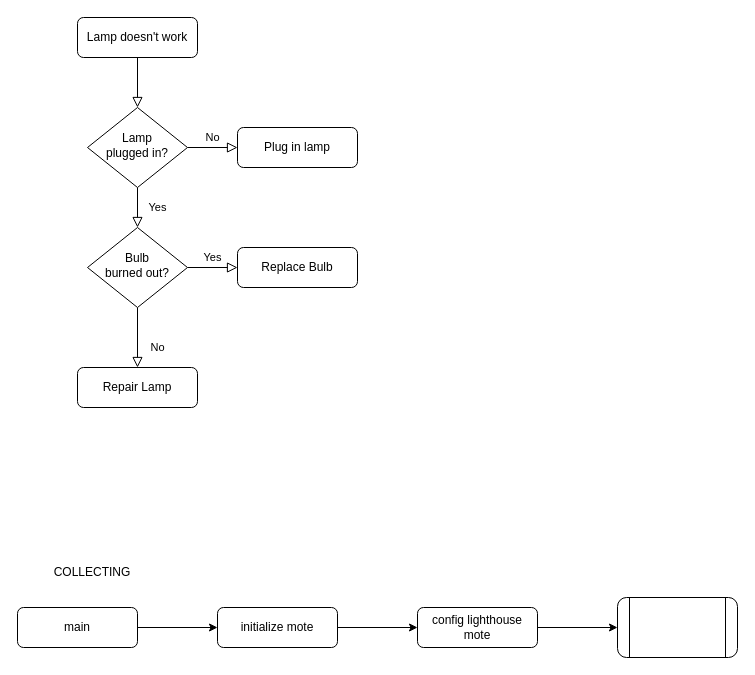
The draw.io diagram diagrams/未命名绘图.drawio in cwdao/draw_io_diagrams, before the edit. Source tidied: cells renumbered, new cells numbered last; positions are measured from the earlier drawing's top-left corner, leaving out a move shared by most shapes. Both pictures are drawn from the tidied source at 100%, with x=0, y=0 at pixel (17, 17).
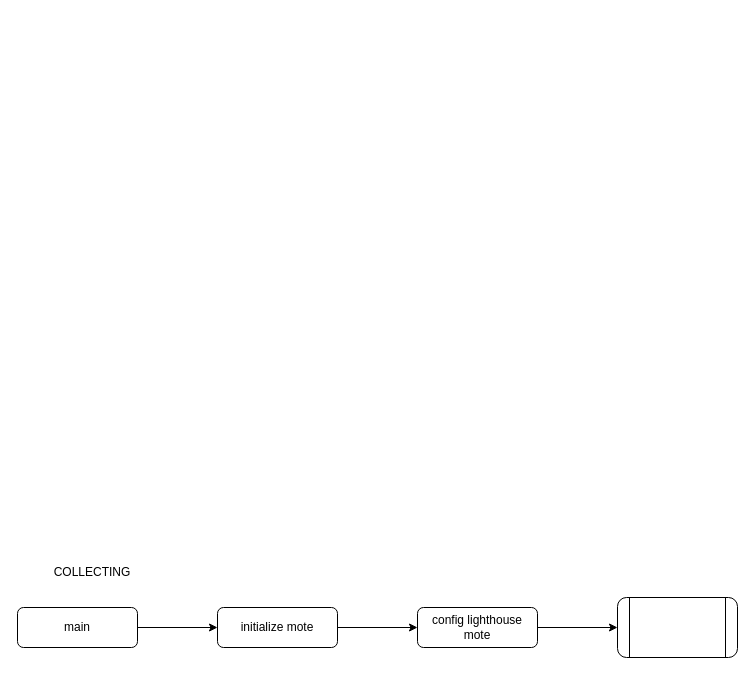
After the change.

Commit message:
更新未命名绘图.drawio

What changed in the source:
```diff
@@
-    <mxCell id="2" style="rounded=0;html=1;jettySize=auto;fontSize=11;endArrow=block;endFill=0;endSize=8;strokeWidth=1;shadow=0;labelBackgroundColor=none;edgeStyle=orthogonalEdgeStyle;" parent="1" edge="1" source="3" target="6">
-      <mxGeometry relative="1" as="geometry" />
-    </mxCell>
-    <mxCell id="3" value="Lamp doesn't work" style="rounded=1;whiteSpace=wrap;html=1;fontSize=12;glass=0;strokeWidth=1;shadow=0;" parent="1" vertex="1">
-      <mxGeometry x="60" width="120" height="40" as="geometry" />
-    </mxCell>
-    <mxCell id="4" value="Yes" style="rounded=0;html=1;jettySize=auto;fontSize=11;endArrow=block;endFill=0;endSize=8;strokeWidth=1;shadow=0;labelBackgroundColor=none;edgeStyle=orthogonalEdgeStyle;" parent="1" edge="1" source="6" target="10">
-      <mxGeometry y="20" relative="1" as="geometry" />
-    </mxCell>
-    <mxCell id="5" value="No" style="edgeStyle=orthogonalEdgeStyle;rounded=0;html=1;jettySize=auto;fontSize=11;endArrow=block;endFill=0;endSize=8;strokeWidth=1;shadow=0;labelBackgroundColor=none;" parent="1" edge="1" source="6" target="7">
-      <mxGeometry y="10" relative="1" as="geometry" />
-    </mxCell>
-    <mxCell id="6" value="Lamp&lt;br&gt;plugged in?" style="rhombus;whiteSpace=wrap;html=1;shadow=0;fontFamily=Helvetica;fontSize=12;align=center;strokeWidth=1;spacing=6;spacingTop=-4;" parent="1" vertex="1">
-      <mxGeometry x="70" y="90" width="100" height="80" as="geometry" />
-    </mxCell>
-    <mxCell id="7" value="Plug in lamp" style="rounded=1;whiteSpace=wrap;html=1;fontSize=12;glass=0;strokeWidth=1;shadow=0;" parent="1" vertex="1">
-      <mxGeometry x="220" y="110" width="120" height="40" as="geometry" />
-    </mxCell>
-    <mxCell id="8" value="No" style="rounded=0;html=1;jettySize=auto;fontSize=11;endArrow=block;endFill=0;endSize=8;strokeWidth=1;shadow=0;labelBackgroundColor=none;edgeStyle=orthogonalEdgeStyle;" parent="1" edge="1" source="10" target="11">
-      <mxGeometry x="0.33" y="20" relative="1" as="geometry" />
-    </mxCell>
-    <mxCell id="9" value="Yes" style="edgeStyle=orthogonalEdgeStyle;rounded=0;html=1;jettySize=auto;fontSize=11;endArrow=block;endFill=0;endSize=8;strokeWidth=1;shadow=0;labelBackgroundColor=none;" parent="1" edge="1" source="10" target="12">
-      <mxGeometry y="10" relative="1" as="geometry" />
-    </mxCell>
-    <mxCell id="10" value="Bulb&lt;br&gt;burned out?" style="rhombus;whiteSpace=wrap;html=1;shadow=0;fontFamily=Helvetica;fontSize=12;align=center;strokeWidth=1;spacing=6;spacingTop=-4;" parent="1" vertex="1">
-      <mxGeometry x="70" y="210" width="100" height="80" as="geometry" />
-    </mxCell>
-    <mxCell id="11" value="Repair Lamp" style="rounded=1;whiteSpace=wrap;html=1;fontSize=12;glass=0;strokeWidth=1;shadow=0;" parent="1" vertex="1">
-      <mxGeometry x="60" y="350" width="120" height="40" as="geometry" />
-    </mxCell>
-    <mxCell id="12" value="Replace Bulb" style="rounded=1;whiteSpace=wrap;html=1;fontSize=12;glass=0;strokeWidth=1;shadow=0;" parent="1" vertex="1">
-      <mxGeometry x="220" y="230" width="120" height="40" as="geometry" />
-    </mxCell>
```
